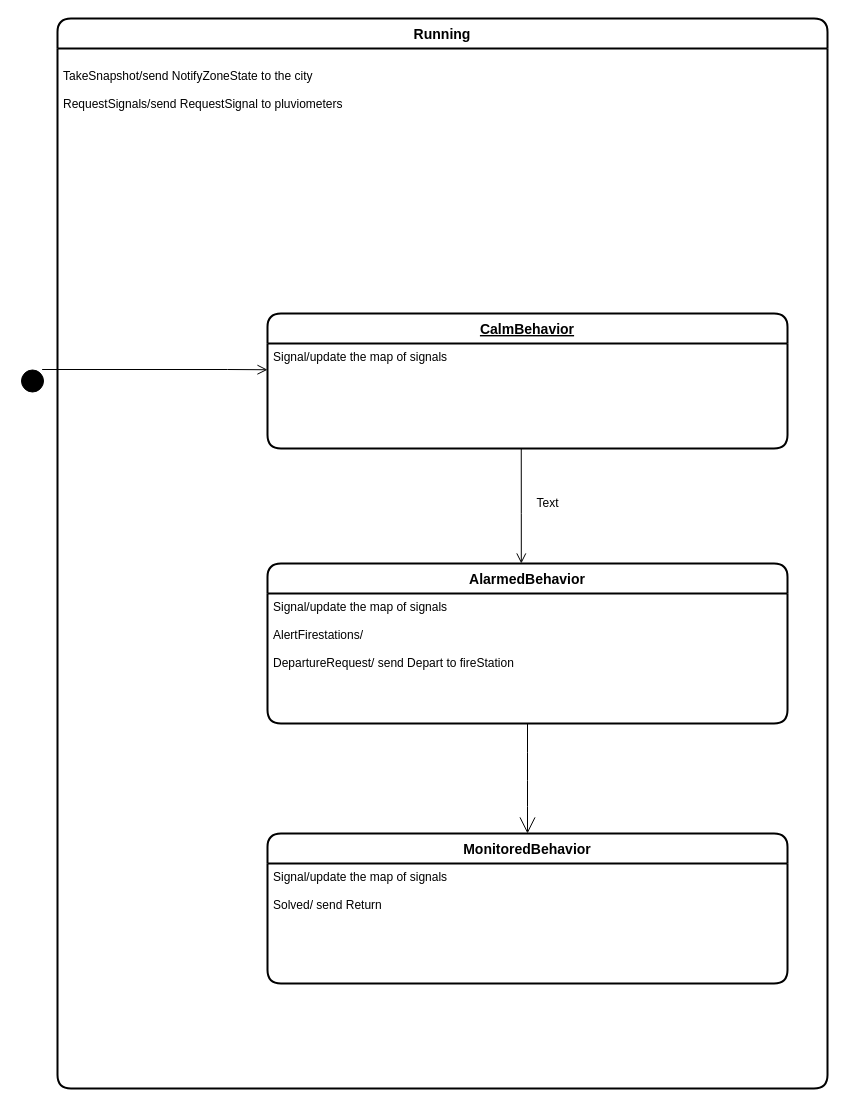
Before: doc/resources/diagrams/ZoneActorStateDiagram.drawio in jahrim/pcd-assignment-03, a draw.io diagram. Source tidied: cells renumbered, new cells numbered last; positions are measured from the earlier drawing's top-left corner, leaving out a move shared by most shapes. Both pictures are drawn from the tidied source at 100%, with x=0, y=0 at pixel (17, 18).
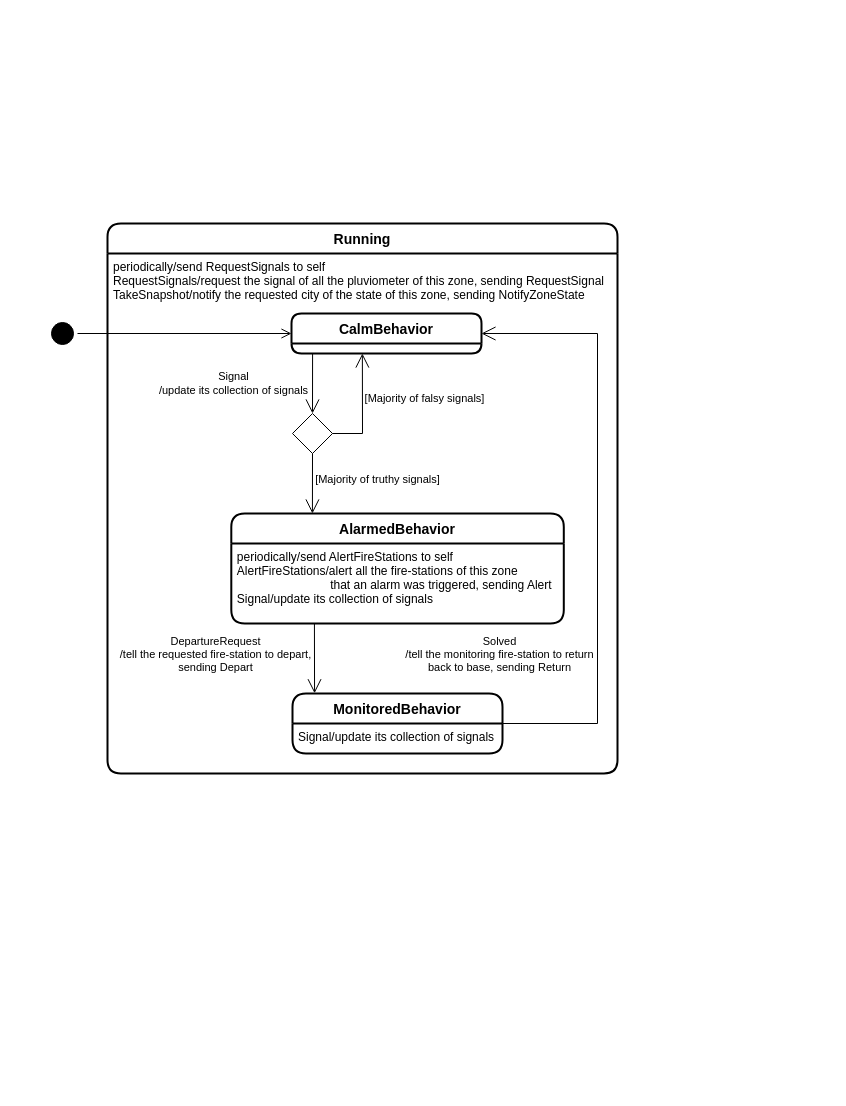
The same diagram, later.

The edit, as a diff of the source:
```diff
@@
+    <mxCell id="15" style="rounded=0;whiteSpace=wrap;html=1;strokeColor=none;" parent="1" vertex="1">
+      <mxGeometry x="20" y="185" width="610" height="590" as="geometry" />
+    </mxCell>
     <mxCell id="2" value="Running" style="swimlane;horizontal=1;startSize=30;rounded=1;fontSize=14;fontStyle=1;strokeWidth=2;shadow=0;dashed=0;align=center;" parent="1" vertex="1">
-      <mxGeometry x="40" width="770" height="1070" as="geometry" />
+      <mxGeometry x="90" y="205" width="510" height="550" as="geometry" />
     </mxCell>
-    <mxCell id="3" value="&#10;TakeSnapshot/send NotifyZoneState to the city&#10;&#10;RequestSignals/send RequestSignal to pluviometers&#10;" style="align=left;strokeColor=none;fillColor=none;spacingLeft=4;fontSize=12;verticalAlign=top;" parent="2" vertex="1">
-      <mxGeometry y="30" width="770" height="1040" as="geometry" />
+    <mxCell id="3" value="periodically/send RequestSignals to self&#10;RequestSignals/request the signal of all the pluviometer of this zone, sending RequestSignal&#10;TakeSnapshot/notify the requested city of the state of this zone, sending NotifyZoneState" style="align=left;strokeColor=none;fillColor=none;spacingLeft=4;fontSize=12;verticalAlign=top;" parent="2" vertex="1">
+      <mxGeometry y="30" width="510" height="520" as="geometry" />
     </mxCell>
     <mxCell id="4" style="ellipse;html=1;shape=startState;fillColor=#000000;strokeColor=#000000;" parent="1" vertex="1">
-      <mxGeometry y="347.5" width="30" height="30" as="geometry" />
+      <mxGeometry x="30" y="300" width="30" height="30" as="geometry" />
     </mxCell>
-    <mxCell id="5" style="edgeStyle=orthogonalEdgeStyle;html=1;verticalAlign=bottom;endArrow=open;endSize=8;strokeColor=#000000;rounded=0;entryX=0;entryY=0.25;entryDx=0;entryDy=0;" parent="1" edge="1" source="4" target="11">
-      <mxGeometry relative="1" as="geometry">
-        <Array as="points">
-          <mxPoint x="210" y="351" />
-          <mxPoint x="210" y="351" />
-        </Array>
-      </mxGeometry>
+    <mxCell id="5" style="html=1;verticalAlign=bottom;endArrow=open;endSize=8;strokeColor=#000000;rounded=0;entryX=0;entryY=0.5;entryDx=0;entryDy=0;" parent="1" edge="1" source="4" target="10">
+      <mxGeometry relative="1" as="geometry" />
     </mxCell>
     <mxCell id="6" value="AlarmedBehavior" style="swimlane;horizontal=1;startSize=30;rounded=1;fontSize=14;fontStyle=1;strokeWidth=2;shadow=0;dashed=0;align=center;" parent="1" vertex="1">
-      <mxGeometry x="250" y="545" width="520" height="160" as="geometry" />
+      <mxGeometry x="213.8" y="495" width="332.5" height="110" as="geometry" />
     </mxCell>
-    <mxCell id="7" value="Signal/update the map of signals &#10;&#10;AlertFirestations/ &#10;&#10;DepartureRequest/ send Depart to fireStation" style="align=left;strokeColor=none;fillColor=none;spacingLeft=4;fontSize=12;verticalAlign=top;" parent="6" vertex="1">
-      <mxGeometry y="30" width="520" height="130" as="geometry" />
+    <mxCell id="7" value="periodically/send AlertFireStations to self&#10;AlertFireStations/alert all the fire-stations of this zone&#10;                            that an alarm was triggered, sending Alert&#10;Signal/update its collection of signals" style="align=left;strokeColor=none;fillColor=none;spacingLeft=4;fontSize=12;verticalAlign=top;" parent="6" vertex="1">
+      <mxGeometry y="30" width="332.5" height="80" as="geometry" />
     </mxCell>
     <mxCell id="8" value="MonitoredBehavior" style="swimlane;horizontal=1;startSize=30;rounded=1;fontSize=14;fontStyle=1;strokeWidth=2;shadow=0;dashed=0;align=center;" parent="1" vertex="1">
-      <mxGeometry x="250" y="815" width="520" height="150" as="geometry" />
+      <mxGeometry x="275" y="675" width="210" height="60" as="geometry" />
     </mxCell>
-    <mxCell id="9" value="Signal/update the map of signals&#10; &#10;Solved/ send Return " style="align=left;strokeColor=none;fillColor=none;spacingLeft=4;fontSize=12;verticalAlign=top;" parent="8" vertex="1">
-      <mxGeometry y="30" width="520" height="120" as="geometry" />
+    <mxCell id="9" value="Signal/update its collection of signals" style="align=left;strokeColor=none;fillColor=none;spacingLeft=4;fontSize=12;verticalAlign=top;" parent="8" vertex="1">
+      <mxGeometry y="30" width="210" height="30" as="geometry" />
     </mxCell>
-    <mxCell id="10" value="CalmBehavior" style="swimlane;horizontal=1;startSize=30;rounded=1;fontSize=14;fontStyle=5;strokeWidth=2;shadow=0;dashed=0;align=center;" parent="1" vertex="1">
-      <mxGeometry x="250" y="295" width="520" height="135" as="geometry" />
+    <mxCell id="10" value="CalmBehavior" style="swimlane;horizontal=1;startSize=30;rounded=1;fontSize=14;fontStyle=1;strokeWidth=2;shadow=0;dashed=0;align=center;" parent="1" vertex="1">
+      <mxGeometry x="274" y="295" width="190" height="40" as="geometry" />
     </mxCell>
-    <mxCell id="11" value="Signal/update the map of signals &#10;" style="align=left;strokeColor=none;fillColor=none;spacingLeft=4;fontSize=12;verticalAlign=top;" parent="10" vertex="1">
-      <mxGeometry y="30" width="520" height="105" as="geometry" />
+    <mxCell id="11" value=" " style="align=left;strokeColor=none;fillColor=none;spacingLeft=4;fontSize=12;verticalAlign=top;" parent="10" vertex="1">
+      <mxGeometry y="30" width="190" height="10" as="geometry" />
     </mxCell>
-    <mxCell id="12" style="edgeStyle=orthogonalEdgeStyle;html=1;verticalAlign=bottom;endArrow=open;endSize=8;strokeColor=#000000;rounded=0;exitX=0.488;exitY=1.004;exitDx=0;exitDy=0;exitPerimeter=0;" parent="1" edge="1" source="11" target="6">
-      <mxGeometry relative="1" as="geometry">
-        <Array as="points">
-          <mxPoint x="504" y="495" />
-          <mxPoint x="504" y="495" />
-        </Array>
-      </mxGeometry>
-    </mxCell>
-    <mxCell id="13" style="edgeStyle=none;curved=1;rounded=0;jettySize=auto;html=1;endArrow=open;startSize=14;endSize=14;sourcePerimeterSpacing=8;targetPerimeterSpacing=8;exitX=0.5;exitY=1;exitDx=0;exitDy=0;" parent="1" edge="1" source="7">
-      <mxGeometry relative="1" as="geometry">
-        <mxPoint x="510" y="815" as="targetPoint" />
-        <Array as="points">
-          <mxPoint x="510" y="765" />
-        </Array>
-      </mxGeometry>
-    </mxCell>
-    <mxCell id="14" value="Text" style="text;html=1;align=center;verticalAlign=middle;strokeColor=none;fillColor=none;" parent="1" vertex="1">
-      <mxGeometry x="510" y="475" width="40" height="20" as="geometry" />
-    </mxCell>
+    <mxCell id="16" style="endArrow=open;endFill=1;endSize=12;html=1;rounded=0;exitX=0.25;exitY=1;exitDx=0;exitDy=0;entryX=0.105;entryY=-0.004;entryDx=0;entryDy=0;entryPerimeter=0;" parent="1" edge="1" source="7" target="8">
+      <mxGeometry relative="1" as="geometry" />
+    </mxCell>
+    <mxCell id="17" value="DepartureRequest&lt;br&gt;/tell the requested fire-station to depart, &lt;br&gt;sending Depart" style="edgeLabel;html=1;align=center;verticalAlign=middle;" parent="16" vertex="1">
+      <mxGeometry x="-0.44" y="1" relative="1" as="geometry">
+        <mxPoint x="-100" y="11" as="offset" />
+      </mxGeometry>
+    </mxCell>
+    <mxCell id="18" style="endArrow=open;endFill=1;endSize=12;html=1;rounded=0;exitX=0.111;exitY=0.996;exitDx=0;exitDy=0;exitPerimeter=0;entryX=0;entryY=0.5;entryDx=0;entryDy=0;" parent="1" edge="1" source="11" target="20">
+      <mxGeometry relative="1" as="geometry" />
+    </mxCell>
+    <mxCell id="19" value="Signal&lt;br&gt;/update its collection of signals" style="edgeLabel;html=1;align=center;verticalAlign=middle;" parent="18" vertex="1">
+      <mxGeometry x="-0.24" relative="1" as="geometry">
+        <mxPoint x="-80" y="7" as="offset" />
+      </mxGeometry>
+    </mxCell>
+    <mxCell id="20" style="rhombus;whiteSpace=wrap;html=1;direction=south;" parent="1" vertex="1">
+      <mxGeometry x="275" y="395" width="40" height="40" as="geometry" />
+    </mxCell>
+    <mxCell id="21" style="endArrow=open;endFill=1;endSize=12;html=1;rounded=0;exitX=0.5;exitY=0;exitDx=0;exitDy=0;entryX=0.373;entryY=1;entryDx=0;entryDy=0;entryPerimeter=0;" parent="1" edge="1" source="20" target="11">
+      <mxGeometry relative="1" as="geometry">
+        <Array as="points">
+          <mxPoint x="345" y="415" />
+        </Array>
+      </mxGeometry>
+    </mxCell>
+    <mxCell id="22" value="[Majority of falsy signals]" style="edgeLabel;html=1;align=center;verticalAlign=middle;" parent="21" vertex="1">
+      <mxGeometry x="0.1" y="1" relative="1" as="geometry">
+        <mxPoint x="63" y="-5" as="offset" />
+      </mxGeometry>
+    </mxCell>
+    <mxCell id="23" style="endArrow=open;endFill=1;endSize=12;html=1;rounded=0;exitX=1;exitY=0.5;exitDx=0;exitDy=0;entryX=0.244;entryY=0;entryDx=0;entryDy=0;entryPerimeter=0;" parent="1" edge="1" source="20" target="6">
+      <mxGeometry relative="1" as="geometry" />
+    </mxCell>
+    <mxCell id="24" value="[Majority of truthy signals]" style="edgeLabel;html=1;align=center;verticalAlign=middle;" parent="23" vertex="1">
+      <mxGeometry x="-0.28" y="-2" relative="1" as="geometry">
+        <mxPoint x="67" y="4" as="offset" />
+      </mxGeometry>
+    </mxCell>
+    <mxCell id="25" style="endArrow=open;endFill=1;endSize=12;html=1;rounded=0;exitX=1;exitY=0;exitDx=0;exitDy=0;entryX=1;entryY=0.5;entryDx=0;entryDy=0;" parent="1" edge="1" source="9" target="10">
+      <mxGeometry relative="1" as="geometry">
+        <Array as="points">
+          <mxPoint x="580" y="705" />
+          <mxPoint x="580" y="315" />
+        </Array>
+      </mxGeometry>
+    </mxCell>
+    <mxCell id="26" value="Solved&lt;br&gt;/tell the monitoring fire-station to return&lt;br&gt;back to base, sending Return" style="edgeLabel;html=1;align=center;verticalAlign=middle;" parent="25" vertex="1">
+      <mxGeometry x="-0.41" relative="1" as="geometry">
+        <mxPoint x="-99" y="12" as="offset" />
+      </mxGeometry>
+    </mxCell>
```
